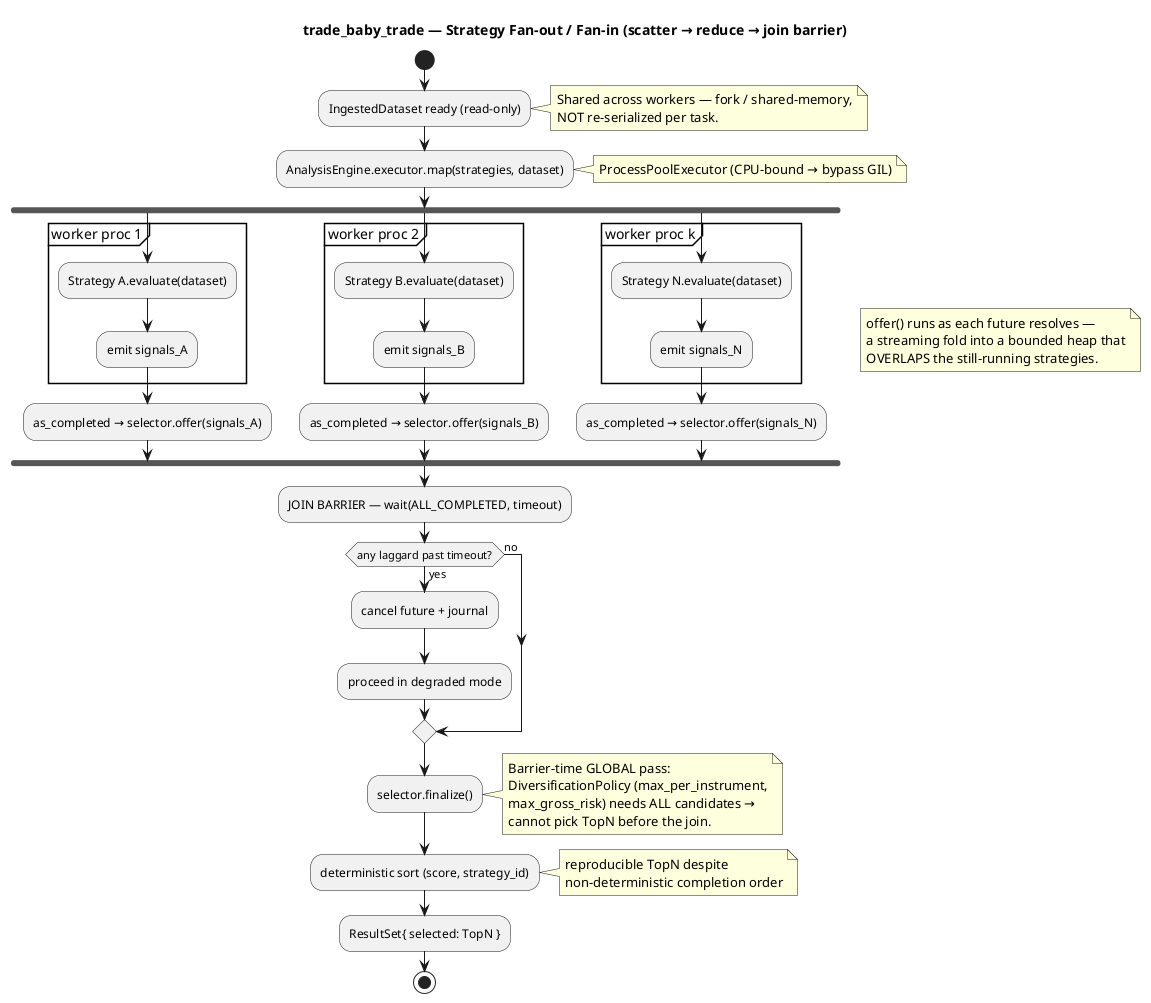
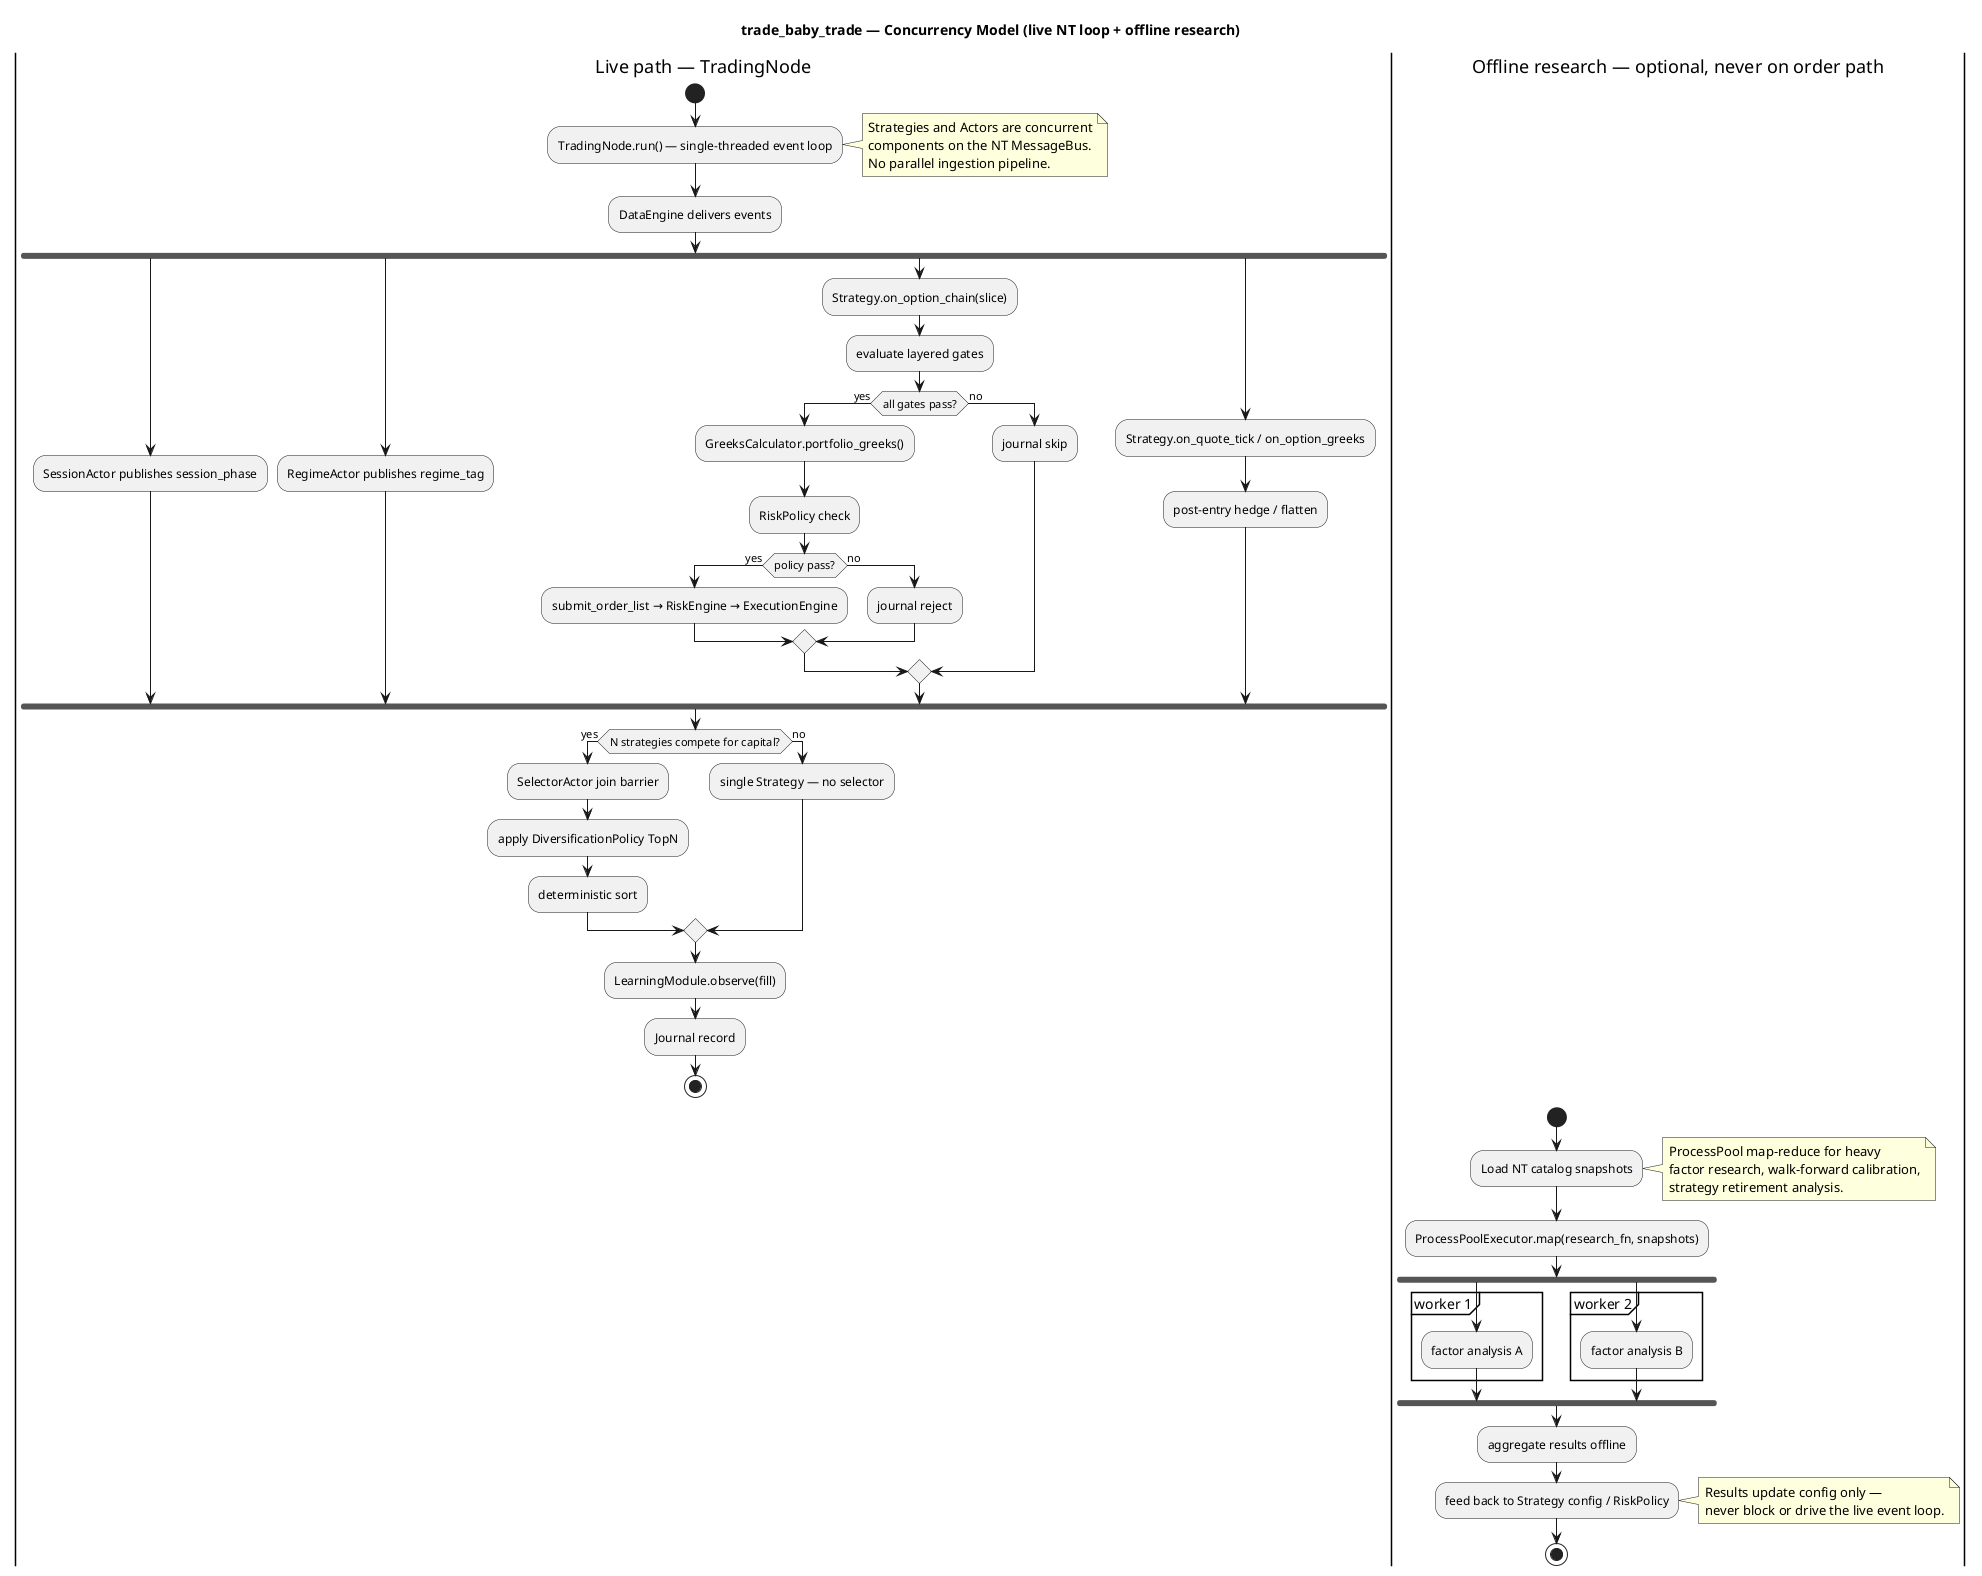
@startuml concurrency-activity
- title trade_baby_trade — Strategy Fan-out / Fan-in (scatter → reduce → join barrier)
+ title trade_baby_trade — Concurrency Model (live NT loop + offline research)

skinparam conditionStyle inside

+ |Live path — TradingNode|
start
- :IngestedDataset ready (read-only);
+ :TradingNode.run() — single-threaded event loop;
note right
-   Shared across workers — fork / shared-memory,
-   NOT re-serialized per task.
+   Strategies and Actors are concurrent
+   components on the NT MessageBus.
+   No parallel ingestion pipeline.
end note

- :AnalysisEngine.executor.map(strategies, dataset);
- note right: ProcessPoolExecutor (CPU-bound → bypass GIL)
- 
+ :DataEngine delivers events;
fork
-   partition "worker proc 1" {
-     :Strategy A.evaluate(dataset);
-     :emit signals_A;
-   }
-   :as_completed → selector.offer(signals_A);
+   :SessionActor publishes session_phase;
fork again
-   partition "worker proc 2" {
-     :Strategy B.evaluate(dataset);
-     :emit signals_B;
-   }
-   :as_completed → selector.offer(signals_B);
+   :RegimeActor publishes regime_tag;
fork again
-   partition "worker proc k" {
-     :Strategy N.evaluate(dataset);
-     :emit signals_N;
-   }
-   :as_completed → selector.offer(signals_N);
+   :Strategy.on_option_chain(slice);
+   :evaluate layered gates;
+   if (all gates pass?) then (yes)
+     :GreeksCalculator.portfolio_greeks();
+     :RiskPolicy check;
+     if (policy pass?) then (yes)
+       :submit_order_list → RiskEngine → ExecutionEngine;
+     else (no)
+       :journal reject;
+     endif
+   else (no)
+     :journal skip;
+   endif
+ fork again
+   :Strategy.on_quote_tick / on_option_greeks;
+   :post-entry hedge / flatten;
end fork

+ if (N strategies compete for capital?) then (yes)
+   :SelectorActor join barrier;
+   :apply DiversificationPolicy TopN;
+   :deterministic sort;
+ else (no)
+   :single Strategy — no selector;
+ endif
+ 
+ :LearningModule.observe(fill);
+ :Journal record;
+ stop
+ 
+ |Offline research — optional, never on order path|
+ start
+ :Load NT catalog snapshots;
note right
-   offer() runs as each future resolves —
-   a streaming fold into a bounded heap that
-   OVERLAPS the still-running strategies.
+   ProcessPool map-reduce for heavy
+   factor research, walk-forward calibration,
+   strategy retirement analysis.
end note

- :JOIN BARRIER — wait(ALL_COMPLETED, timeout);
- if (any laggard past timeout?) then (yes)
-   :cancel future + journal;
-   :proceed in degraded mode;
- else (no)
- endif
+ :ProcessPoolExecutor.map(research_fn, snapshots);
+ fork
+   partition "worker 1" {
+     :factor analysis A;
+   }
+ fork again
+   partition "worker 2" {
+     :factor analysis B;
+   }
+ end fork

- :selector.finalize();
+ :aggregate results offline;
+ :feed back to Strategy config / RiskPolicy;
note right
-   Barrier-time GLOBAL pass:
-   DiversificationPolicy (max_per_instrument,
-   max_gross_risk) needs ALL candidates →
-   cannot pick TopN before the join.
+   Results update config only —
+   never block or drive the live event loop.
end note
- :deterministic sort (score, strategy_id);
- note right: reproducible TopN despite\nnon-deterministic completion order
- :ResultSet{ selected: TopN };
stop
@enduml
